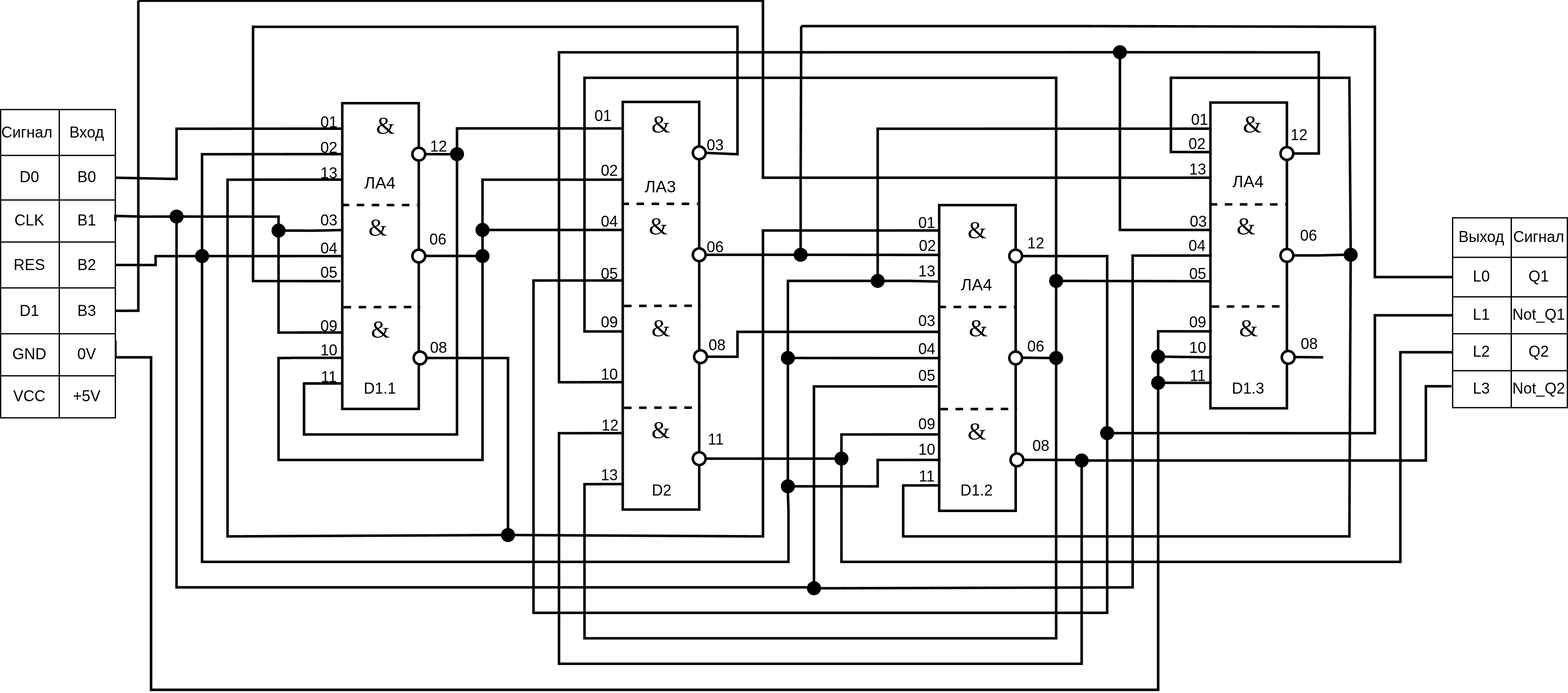
Before: labs/DigitalСircuitry/lab2/pics/principle_diagram.png, a diagram exported from draw.io (smileyfaceskobochka/CompSci). Source tidied: cells renumbered, new cells last; positions are measured from the earlier drawing's top-left corner, leaving out a move shared by most shapes.
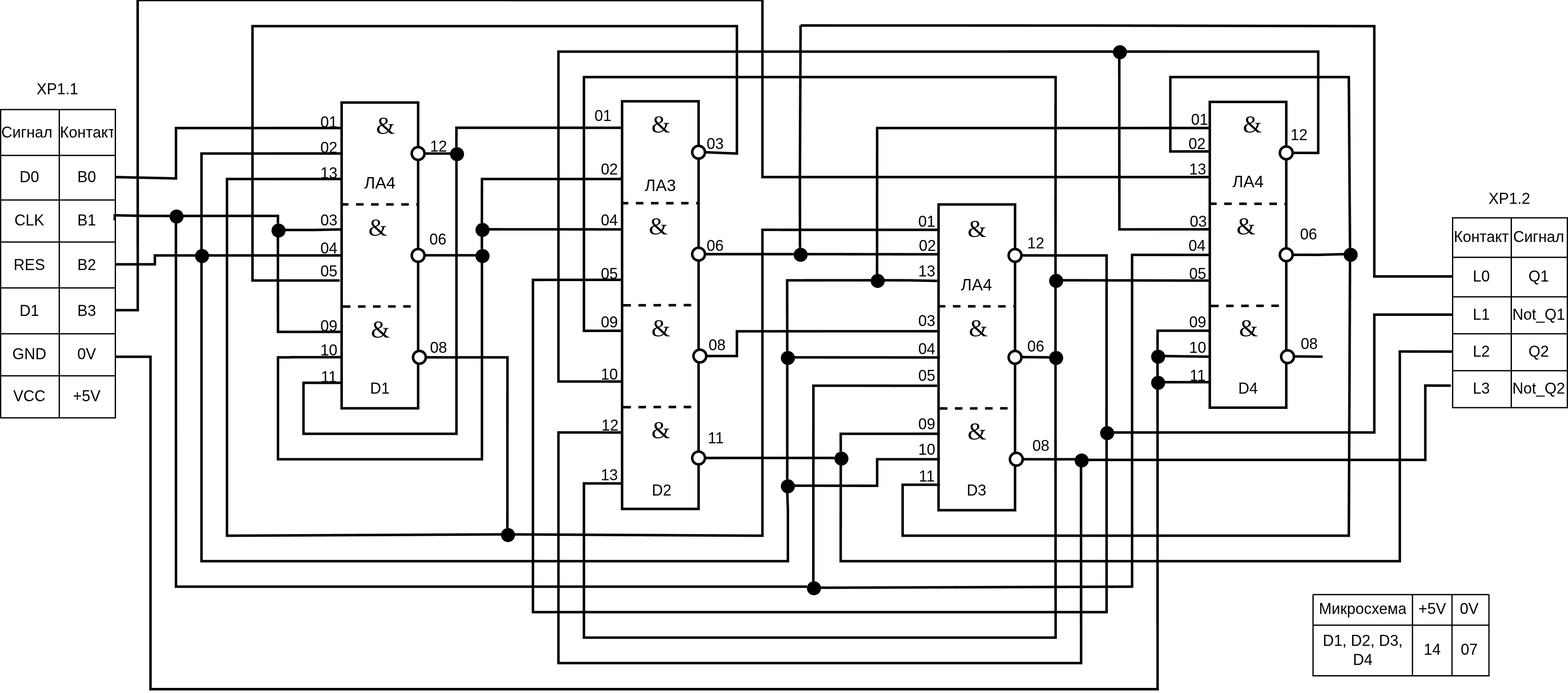
The same file after the commit.

Change to the diagram source:
```diff
@@ -213,7 +213,7 @@
     <mxCell id="40" value="Сигнал&lt;span style=&quot;white-space: pre;&quot;&gt;&#9;&lt;/span&gt;Вход" style="shape=partialRectangle;html=1;whiteSpace=wrap;strokeColor=inherit;overflow=hidden;fillColor=none;top=0;left=0;bottom=0;right=0;" parent="39" vertex="1">
       <mxGeometry width="46" height="36" as="geometry" />
     </mxCell>
-    <mxCell id="41" value="Вход" style="shape=partialRectangle;html=1;whiteSpace=wrap;strokeColor=inherit;overflow=hidden;fillColor=none;top=0;left=0;bottom=0;right=0;" parent="39" vertex="1">
+    <mxCell id="41" value="Контакт" style="shape=partialRectangle;html=1;whiteSpace=wrap;strokeColor=inherit;overflow=hidden;fillColor=none;top=0;left=0;bottom=0;right=0;" parent="39" vertex="1">
       <mxGeometry x="46" width="44" height="36" as="geometry" />
     </mxCell>
     <mxCell id="42" style="shape=tableRow;horizontal=0;startSize=0;swimlaneHead=0;swimlaneBody=0;strokeColor=inherit;top=0;left=0;bottom=0;right=0;fillColor=none;points=[[0,0.5],[1,0.5]];portConstraint=eastwest;" parent="38" vertex="1">
@@ -755,7 +755,7 @@
     <mxCell id="165" style="shape=tableRow;horizontal=0;startSize=0;swimlaneHead=0;swimlaneBody=0;strokeColor=inherit;top=0;left=0;bottom=0;right=0;fillColor=none;" parent="164" vertex="1">
       <mxGeometry width="90" height="31" as="geometry" />
     </mxCell>
-    <mxCell id="166" value="Выход" style="shape=partialRectangle;html=1;whiteSpace=wrap;strokeColor=inherit;overflow=hidden;fillColor=none;top=0;left=0;bottom=0;right=0;" parent="165" vertex="1">
+    <mxCell id="166" value="Контакт" style="shape=partialRectangle;html=1;whiteSpace=wrap;strokeColor=inherit;overflow=hidden;fillColor=none;top=0;left=0;bottom=0;right=0;" parent="165" vertex="1">
       <mxGeometry width="46" height="31" as="geometry" />
     </mxCell>
     <mxCell id="167" value="Сигнал" style="shape=partialRectangle;html=1;whiteSpace=wrap;strokeColor=inherit;overflow=hidden;fillColor=none;top=0;left=0;bottom=0;right=0;" parent="165" vertex="1">
@@ -952,17 +952,50 @@
         </Array>
       </mxGeometry>
     </mxCell>
-    <mxCell id="214" value="D1.1" style="text;html=1;whiteSpace=wrap;strokeColor=none;fillColor=none;align=center;verticalAlign=middle;rounded=0;" parent="1" vertex="1">
+    <mxCell id="214" value="D1" style="text;html=1;whiteSpace=wrap;strokeColor=none;fillColor=none;align=center;verticalAlign=middle;rounded=0;" parent="1" vertex="1">
       <mxGeometry x="267.5" y="290" width="60" height="30" as="geometry" />
     </mxCell>
-    <mxCell id="215" value="D1.2" style="text;html=1;whiteSpace=wrap;strokeColor=none;fillColor=none;align=center;verticalAlign=middle;rounded=0;" parent="1" vertex="1">
+    <mxCell id="215" value="D3" style="text;html=1;whiteSpace=wrap;strokeColor=none;fillColor=none;align=center;verticalAlign=middle;rounded=0;" parent="1" vertex="1">
       <mxGeometry x="736.2" y="370" width="60" height="30" as="geometry" />
     </mxCell>
-    <mxCell id="216" value="D1.3" style="text;html=1;whiteSpace=wrap;strokeColor=none;fillColor=none;align=center;verticalAlign=middle;rounded=0;" parent="1" vertex="1">
+    <mxCell id="216" value="D4" style="text;html=1;whiteSpace=wrap;strokeColor=none;fillColor=none;align=center;verticalAlign=middle;rounded=0;" parent="1" vertex="1">
       <mxGeometry x="949" y="289.5" width="60" height="30" as="geometry" />
     </mxCell>
     <mxCell id="217" value="D2" style="text;html=1;whiteSpace=wrap;strokeColor=none;fillColor=none;align=center;verticalAlign=middle;rounded=0;" parent="1" vertex="1">
       <mxGeometry x="488.5" y="369.5" width="60" height="30" as="geometry" />
     </mxCell>
+    <mxCell id="218" value="XP1.1" style="text;html=1;whiteSpace=wrap;strokeColor=none;fillColor=none;align=center;verticalAlign=middle;rounded=0;" parent="1" vertex="1">
+      <mxGeometry x="15" y="55.2" width="60" height="30" as="geometry" />
+    </mxCell>
+    <mxCell id="219" value="XP1.2" style="text;html=1;whiteSpace=wrap;strokeColor=none;fillColor=none;align=center;verticalAlign=middle;rounded=0;" parent="1" vertex="1">
+      <mxGeometry x="1154" y="141.2" width="60" height="30" as="geometry" />
+    </mxCell>
+    <mxCell id="220" style="shape=table;startSize=0;fixedHeader=1;" parent="1" vertex="1">
+      <mxGeometry x="1029.5" y="466.2" width="138" height="63.8" as="geometry" />
+    </mxCell>
+    <mxCell id="221" style="shape=tableRow;horizontal=0;startSize=0;swimlaneHead=0;swimlaneBody=0;strokeColor=inherit;top=0;left=0;bottom=0;right=0;fillColor=none;fixedHeader=1;" parent="220" vertex="1">
+      <mxGeometry width="138" height="24" as="geometry" />
+    </mxCell>
+    <mxCell id="222" value="Микросхема" style="shape=partialRectangle;html=1;whiteSpace=wrap;strokeColor=inherit;overflow=hidden;fillColor=none;top=0;left=0;bottom=0;right=0;" parent="221" vertex="1">
+      <mxGeometry width="78" height="24" as="geometry" />
+    </mxCell>
+    <mxCell id="223" value="+5V" style="shape=partialRectangle;html=1;whiteSpace=wrap;strokeColor=inherit;overflow=hidden;fillColor=none;top=0;left=0;bottom=0;right=0;" parent="221" vertex="1">
+      <mxGeometry x="78" width="31" height="24" as="geometry" />
+    </mxCell>
+    <mxCell id="224" value="0V" style="shape=partialRectangle;html=1;whiteSpace=wrap;strokeColor=inherit;overflow=hidden;fillColor=none;top=0;left=0;bottom=0;right=0;" parent="221" vertex="1">
+      <mxGeometry x="109" width="29" height="24" as="geometry" />
+    </mxCell>
+    <mxCell id="225" style="shape=tableRow;horizontal=0;startSize=0;swimlaneHead=0;swimlaneBody=0;strokeColor=inherit;top=0;left=0;bottom=0;right=0;fillColor=none;fixedHeader=1;" parent="220" vertex="1">
+      <mxGeometry y="24" width="138" height="40" as="geometry" />
+    </mxCell>
+    <mxCell id="226" value="D1, D2, D3, D4" style="shape=partialRectangle;html=1;whiteSpace=wrap;strokeColor=inherit;overflow=hidden;fillColor=none;top=0;left=0;bottom=0;right=0;" parent="225" vertex="1">
+      <mxGeometry width="78" height="40" as="geometry" />
+    </mxCell>
+    <mxCell id="227" value="14" style="shape=partialRectangle;html=1;whiteSpace=wrap;strokeColor=inherit;overflow=hidden;fillColor=none;top=0;left=0;bottom=0;right=0;" parent="225" vertex="1">
+      <mxGeometry x="78" width="31" height="40" as="geometry" />
+    </mxCell>
+    <mxCell id="228" value="07" style="shape=partialRectangle;html=1;whiteSpace=wrap;strokeColor=inherit;overflow=hidden;fillColor=none;top=0;left=0;bottom=0;right=0;" parent="225" vertex="1">
+      <mxGeometry x="109" width="29" height="40" as="geometry" />
+    </mxCell>
   </root>
 </mxGraphModel>
```
